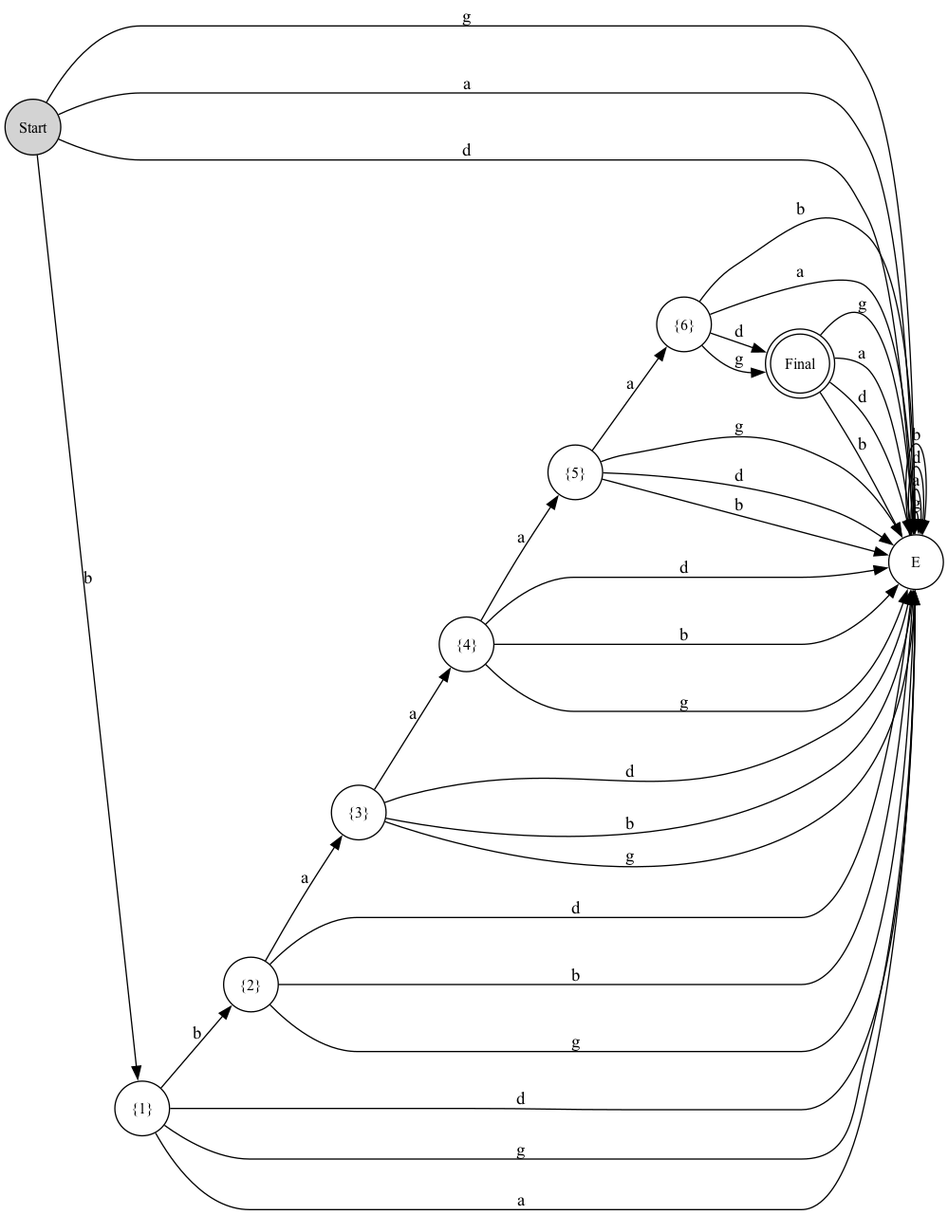
The Graphviz diagram pngs/dfa_graph_minimized.png in estebandonis/Proyecto1-TeoriaDeLaComputacion, before a commit. Its source is kept beside it as pngs/dfa_graph_minimized.dot.
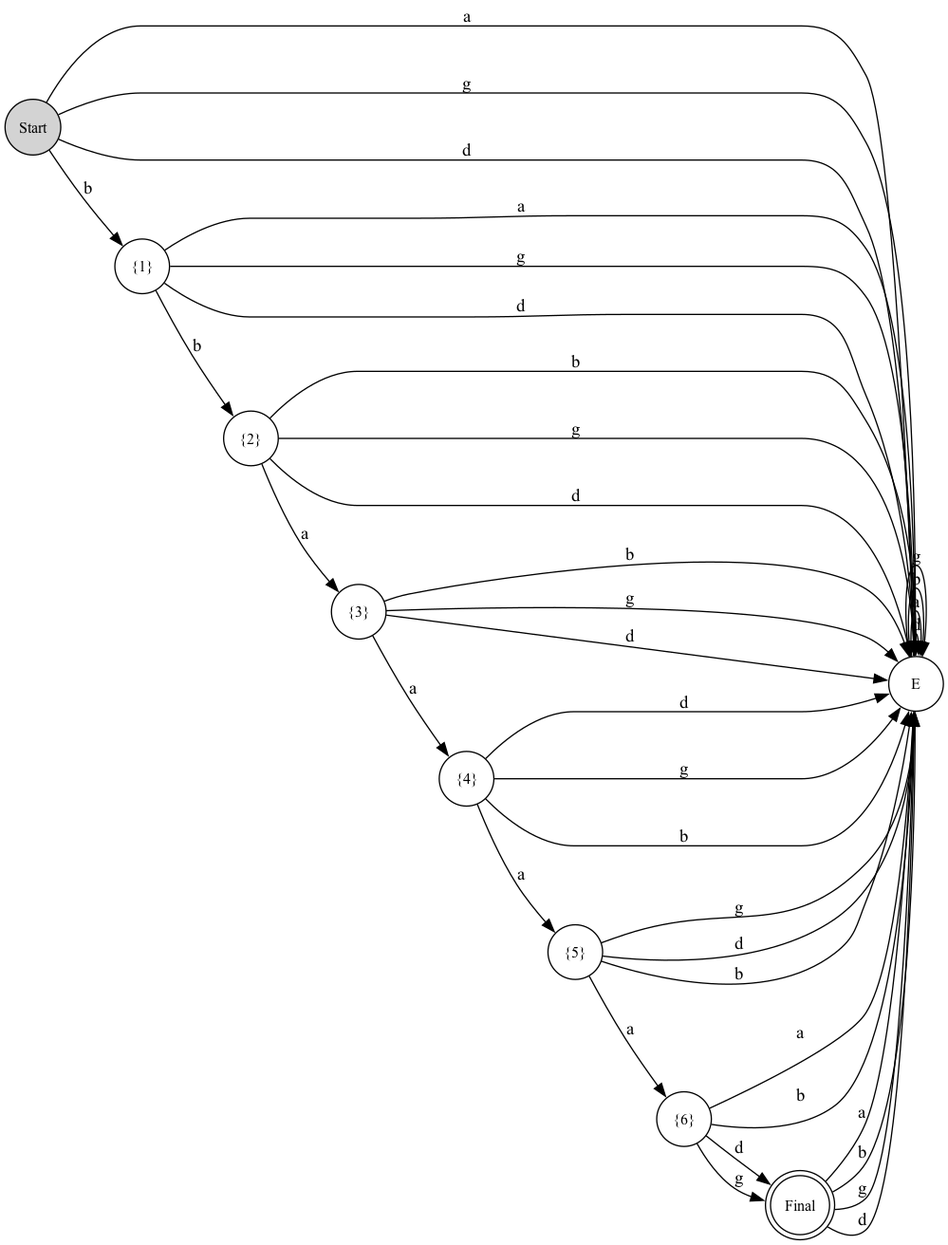
The same file after the commit.

Change to the diagram source:
```diff
@@ -1,160 +1,160 @@
 digraph G {
-	graph [bb="0,0,198.36,202.07",
+	graph [bb="0,0,201,213.56",
 		rankdir=LR
 	];
 	node [label="\N"];
+	E	[fontsize=12,
+		height=0.6,
+		pos="101.4,105.73",
+		shape=circle,
+		width=0.6];
+	E -> E	[label=d,
+		lp="144.37,105.73",
+		pos="e,123.39,104.06 123.39,107.4 132.87,107.53 141,106.98 141,105.73 141,105.05 138.57,104.57 134.81,104.3"];
+	E -> E	[label=a,
+		lp="198,105.73",
+		pos="e,123.02,101.42 123.02,110.04 154.98,114.37 195,112.94 195,105.73 195,99.339 163.54,97.486 134.12,100.17"];
+	E -> E	[label=b,
+		lp="180.37,105.73",
+		pos="e,123.07,102.01 123.07,109.45 148.05,112.08 177,110.84 177,105.73 177,101.37 156.01,99.828 134.35,101.09"];
+	E -> E	[label=g,
+		lp="162.37,105.73",
+		pos="e,123.26,102.83 123.26,108.63 140.85,109.79 159,108.82 159,105.73 159,103.31 147.92,102.19 134.69,102.37"];
+	"{3}"	[fontsize=12,
+		height=0.6,
+		pos="117.86,164.2",
+		shape=circle,
+		width=0.6];
+	"{3}" -> E	[label=b,
+		lp="127.05,128.66",
+		pos="e,118.36,119.88 124.95,143.27 124.53,139.15 123.65,134.79 122.41,130.55"];
+	"{3}" -> E	[label=g,
+		lp="95.289,135.71",
+		pos="e,94.314,126.65 100.9,150.04 99.105,146.31 97.58,142.13 96.427,137.87"];
+	"{3}" -> E	[label=d,
+		lp="114.5,132.02",
+		pos="e,107.28,126.61 111.92,143.09 111.4,141.25 110.87,139.36 110.33,137.45"];
+	"{4}"	[fontsize=12,
+		height=0.6,
+		pos="177.26,141.86",
+		shape=circle,
+		width=0.6];
+	"{3}" -> "{4}"	[label=a,
+		lp="145.15,163.32",
+		pos="e,156.58,149.64 138.31,156.51 140.8,155.57 143.39,154.6 145.99,153.62"];
 	"{2}"	[fontsize=12,
 		height=0.6,
-		pos="25.644,139.16",
+		pos="41.113,105.55",
 		shape=circle,
 		width=0.6];
-	"{3}"	[fontsize=12,
-		height=0.6,
-		pos="71.111,180.47",
-		shape=circle,
-		width=0.6];
+	"{2}" -> E	[label=b,
+		lp="68.954,126.87",
+		pos="e,83.286,118.16 59.163,118.09 63.214,118.82 67.615,119.17 71.995,119.14"];
+	"{2}" -> E	[label=g,
+		lp="69.031,100.88",
+		pos="e,83.36,93.187 59.237,93.114 63.293,92.41 67.695,92.088 72.075,92.146"];
+	"{2}" -> E	[label=d,
+		lp="65.452,97.373",
+		pos="e,79.463,105.66 62.877,105.62 64.563,105.62 66.287,105.63 68.026,105.63"];
 	"{2}" -> "{3}"	[label=a,
-		lp="41.268,164.33",
-		pos="e,55.005,165.84 41.802,153.84 43.41,155.3 45.066,156.81 46.734,158.32"];
-	E	[fontsize=12,
-		height=0.6,
-		pos="98.765,102.85",
-		shape=circle,
-		width=0.6];
-	"{2}" -> E	[label=d,
-		lp="59.359,142.7",
-		pos="e,87.356,121.36 47.361,141.24 57.114,138.59 68.488,133.5 78.107,127.66"];
-	"{2}" -> E	[label=b,
-		lp="54.914,104.32",
-		pos="e,76.842,100.83 37.112,120.6 44.981,114.54 55.665,108.66 65.966,104.54"];
-	"{2}" -> E	[label=g,
-		lp="60.489,115.28",
-		pos="e,79.116,112.61 45.239,129.43 52.534,125.81 60.986,121.61 68.989,117.64"];
-	"{4}"	[fontsize=12,
-		height=0.6,
-		pos="132.42,178.05",
-		shape=circle,
-		width=0.6];
+		lp="77.976,139.68",
+		pos="e,100.52,150.95 58.529,118.86 68.244,126.28 80.544,135.68 91.423,144"];
+	"{4}" -> E	[label=d,
+		lp="153,106.92",
+		pos="e,123.1,103.41 165.35,123.51 156.8,117.16 145.04,110.99 133.9,106.83"];
+	"{4}" -> E	[label=g,
+		lp="135.75,128.97",
+		pos="e,113.27,124.04 155.51,144.17 145.19,141.54 132.99,136.3 122.74,130.27"];
+	"{4}" -> E	[label=b,
+		lp="147.74,134.44",
+		pos="e,121.2,115.16 157.33,132.36 149.4,128.59 140.11,124.16 131.4,120.02"];
 	"{5}"	[fontsize=12,
 		height=0.6,
-		pos="174.64,133.54",
+		pos="176.77,77.154",
 		shape=circle,
 		width=0.6];
 	"{4}" -> "{5}"	[label=a,
-		lp="146.49,151.8",
-		pos="e,159.53,149.47 147.19,162.48 148.69,160.9 150.23,159.27 151.79,157.63"];
-	"{4}" -> E	[label=d,
-		lp="125.69,132.25",
-		pos="e,116.87,115.15 135.3,156.28 133,146.34 128.33,134.67 122.83,124.73"];
-	"{4}" -> E	[label=b,
-		lp="103.28,158.78",
-		pos="e,95.868,124.55 114.27,165.69 108.39,157.36 102.8,146.1 99.047,135.38"];
-	"{4}" -> E	[label=g,
-		lp="114.52,137.33",
-		pos="e,107.69,122.8 123.4,157.9 120.02,150.33 116.09,141.56 112.38,133.27"];
-	"{6}"	[fontsize=12,
-		height=0.6,
-		pos="173.67,72.45",
-		shape=circle,
-		width=0.6];
-	"{6}" -> E	[label=b,
-		lp="142.47,71.403",
-		pos="e,116.05,89.347 151.73,74.857 143.82,77.337 134.79,80.778 126.46,84.449"];
-	"{6}" -> E	[label=a,
-		lp="146.85,83.133",
-		pos="e,120.57,100.49 156.26,86.019 148.86,89.753 139.99,93.572 131.45,96.747"];
-	Final	[fontsize=12,
-		height=0.75924,
-		pos="135.76,27.333",
-		shape=doublecircle,
-		width=0.75924];
-	"{6}" -> Final	[label=d,
-		lp="168.45,43.855",
-		pos="e,158.25,43.643 165.17,52.24 165.1,52.15 165.04,52.06 164.97,51.97"];
-	"{6}" -> Final	[label=g,
-		lp="151.96,68.957",
-		pos="e,147.86,52.188 155.46,60.834 155.38,60.75 155.3,60.665 155.22,60.581"];
-	"{5}" -> "{6}"	[label=a,
-		lp="171.25,100.29",
-		pos="e,174.02,94.266 174.29,111.48 174.26,109.56 174.23,107.58 174.2,105.59"];
-	"{5}" -> E	[label=g,
-		lp="149.91,117.17",
-		pos="e,120.51,99.173 161.74,115.89 153.32,110.39 142.04,105.27 131.33,101.94"];
-	"{5}" -> E	[label=d,
-		lp="133.84,139.89",
-		pos="e,111.6,120.45 153.1,137.25 143.15,135.35 131.39,131.13 121.33,126.03"];
-	"{5}" -> E	[label=b,
-		lp="138.61,128.58",
-		pos="e,119.15,111.1 154.31,125.31 146.74,122.25 137.97,118.7 129.66,115.35"];
-	"{3}" -> "{4}"	[label=a,
-		lp="99.084,187.73",
-		pos="e,110.7,178.9 92.899,179.61 94.977,179.53 97.115,179.44 99.269,179.36"];
-	"{3}" -> E	[label=d,
-		lp="91.263,142.76",
-		pos="e,103.35,124.26 88.24,166.72 93.446,157.95 98.137,146.29 101.04,135.3"];
-	"{3}" -> E	[label=b,
-		lp="68.134,134.52",
-		pos="e,81.675,116.53 66.533,158.99 68.044,148.9 71.787,136.9 76.486,126.56"];
-	"{3}" -> E	[label=g,
-		lp="79.675,138.71",
-		pos="e,91.43,123.44 78.522,159.67 81.303,151.86 84.529,142.81 87.577,134.25"];
-	E -> E	[label=g,
-		lp="141.74,102.85",
-		pos="e,120.75,101.18 120.75,104.52 130.24,104.65 138.36,104.1 138.36,102.85 138.36,102.17 135.94,101.69 132.18,101.42"];
-	E -> E	[label=a,
-		lp="195.36,102.85",
-		pos="e,120.39,98.544 120.39,107.16 152.35,111.49 192.36,110.06 192.36,102.85 192.36,96.46 160.9,94.607 131.49,97.292"];
-	E -> E	[label=d,
-		lp="177.74,102.85",
-		pos="e,120.43,99.134 120.43,106.57 145.42,109.2 174.36,107.97 174.36,102.85 174.36,98.495 153.38,96.95 131.72,98.216"];
-	E -> E	[label=b,
-		lp="159.74,102.85",
-		pos="e,120.63,99.95 120.63,105.75 138.21,106.91 156.36,105.94 156.36,102.85 156.36,100.43 145.29,99.315 132.06,99.494"];
-	"{1}"	[fontsize=12,
-		height=0.6,
-		pos="21.6,78.043",
-		shape=circle,
-		width=0.6];
-	"{1}" -> "{2}"	[label=b,
-		lp="26.622,111.19",
-		pos="e,24.211,117.51 23.037,99.764 23.174,101.84 23.315,103.97 23.457,106.11"];
-	"{1}" -> E	[label=d,
-		lp="47.763,108.75",
-		pos="e,77.42,108.15 35.946,94.842 44.531,99.559 55.741,103.68 66.329,106.16"];
-	"{1}" -> E	[label=g,
-		lp="55.315,68.757",
-		pos="e,84.509,86.102 43.048,72.752 52.773,73.921 64.284,77.106 74.333,81.261"];
-	"{1}" -> E	[label=a,
-		lp="51.567,80.392",
-		pos="e,77.76,96.098 42.279,84.691 49.829,87.119 58.554,89.924 66.855,92.592"];
-	Final -> E	[label=g,
-		lp="98.459,63.065",
-		pos="e,91.066,82.25 110.39,38.533 102.97,47.331 96.59,59.561 93.279,71.097"];
-	Final -> E	[label=a,
-		lp="131.77,79.33",
-		pos="e,119.56,96.499 142.46,54.245 140.04,65.577 134.23,78.202 127.08,87.914"];
-	Final -> E	[label=d,
-		lp="120.85,73.834",
-		pos="e,113.27,86.702 129.56,54.438 126.48,61.698 122.74,69.524 118.9,76.729"];
-	Final -> E	[label=b,
-		lp="109.27,68.049",
-		pos="e,102.73,81.238 118.15,48.847 114.33,55.669 110.47,63.356 107.15,70.75"];
+		lp="174.06,106.97",
+		pos="e,176.94,99.036 177.1,119.95 177.07,116.89 177.05,113.7 177.02,110.49"];
 	Start	[fontsize=12,
 		height=0.61168,
-		pos="56.583,30.422",
+		pos="67.656,191.54",
 		shape=circle,
 		style=filled,
 		width=0.61168];
+	Start -> E	[label=a,
+		lp="90.668,149.82",
+		pos="e,104.88,127.26 85.057,177.85 91.871,167.16 98.39,151.99 102.28,138.29"];
 	Start -> E	[label=g,
-		lp="67.843,76.531",
-		pos="e,79.675,92.712 56.198,52.655 59.712,62.682 65.923,74.297 72.737,83.906"];
-	Start -> E	[label=a,
-		lp="82.568,64.1",
-		pos="e,99.271,80.967 76.111,41.059 83.049,49.007 90.038,60.041 95.026,70.642"];
+		lp="68.029,157.57",
+		pos="e,84.183,119.12 64.238,169.67 66.532,157.19 72.088,141.65 78.571,128.97"];
 	Start -> E	[label=d,
-		lp="78.303,70.171",
-		pos="e,87.721,83.889 67.887,49.831 72.211,57.256 77.24,65.892 81.969,74.011"];
+		lp="84.261,145.35",
+		pos="e,93.421,126.01 75.824,170.77 79.874,160.47 84.845,147.83 89.324,136.43"];
+	"{1}"	[fontsize=12,
+		height=0.6,
+		pos="21.6,150.62",
+		shape=circle,
+		width=0.6];
 	Start -> "{1}"	[label=b,
-		lp="45.646,58.154",
-		pos="e,34.612,60.33 43.357,48.425 42.641,49.4 41.915,50.388 41.184,51.383"];
+		lp="47.12,166.54",
+		pos="e,38.049,165.23 51.029,176.77 49.576,175.48 48.087,174.15 46.586,172.82"];
+	"{1}" -> E	[label=a,
+		lp="59.541,149.58",
+		pos="e,90.366,124.76 43.618,151.07 55.5,147.15 69.919,139.64 81.463,131.59"];
+	"{1}" -> E	[label=g,
+		lp="47.423,128.7",
+		pos="e,79.402,105.27 32.65,131.57 42.166,123.45 56.068,115.02 68.945,109.34"];
+	"{1}" -> E	[label=d,
+		lp="53.168,139.21",
+		pos="e,82.345,116.45 40.511,139.98 50.081,134.6 61.902,127.95 72.575,121.94"];
+	"{1}" -> "{2}"	[label=b,
+		lp="27.019,122.06",
+		pos="e,32.406,125.66 30.329,130.46 30.372,130.36 30.415,130.26 30.459,130.16"];
+	Final	[fontsize=12,
+		height=0.75924,
+		pos="66.934,27.333",
+		shape=doublecircle,
+		width=0.75924];
+	Final -> E	[label=a,
+		lp="63.405,63.329",
+		pos="e,80.657,98.153 59.206,53.854 61.181,65.614 66.653,78.958 73.604,89.303"];
+	Final -> E	[label=b,
+		lp="96.517,65.108",
+		pos="e,109.84,85.325 91.699,39.57 99.029,48.976 105.16,62.03 108.08,74.146"];
+	Final -> E	[label=g,
+		lp="85.618,69.736",
+		pos="e,98.276,83.917 83.631,49.591 87.391,56.991 91.168,65.381 94.354,73.38"];
+	Final -> E	[label=d,
+		lp="73.855,75.021",
+		pos="e,87.568,88.925 72.045,54.685 74.979,62.521 78.642,71.05 82.415,78.858"];
+	"{6}"	[fontsize=12,
+		height=0.6,
+		pos="129.71,31.489",
+		shape=circle,
+		width=0.6];
+	"{6}" -> E	[label=a,
+		lp="108.66,69.295",
+		pos="e,103.25,83.946 116.64,48.848 113.15,56.137 109.6,64.849 106.68,73.242"];
+	"{6}" -> E	[label=b,
+		lp="120.12,73.809",
+		pos="e,114.52,88.246 127.9,53.141 125.66,60.908 122.5,69.767 119.09,77.976"];
+	"{6}" -> Final	[label=d,
+		lp="104.01,15.241",
+		pos="e,94.106,22.434 109.23,23.716 108.02,23.552 106.79,23.403 105.54,23.267"];
+	"{6}" -> Final	[label=g,
+		lp="103.15,44.724",
+		pos="e,93.223,35.772 108.38,36.495 107.17,36.497 105.92,36.483 104.67,36.454"];
+	"{5}" -> E	[label=g,
+		lp="136.48,86.203",
+		pos="e,114.68,88.308 155.17,72.933 145.57,74.581 134.3,78.328 124.53,82.973"];
+	"{5}" -> E	[label=d,
+		lp="148.6,92.778",
+		pos="e,122.89,109.97 163.4,94.629 155.12,99.762 144.2,104.43 133.8,107.43"];
+	"{5}" -> E	[label=b,
+		lp="142.63,81.205",
+		pos="e,121.97,97.93 156.17,84.962 148.86,87.734 140.46,90.919 132.47,93.949"];
+	"{5}" -> "{6}"	[label=a,
+		lp="154.19,49.908",
+		pos="e,145.47,46.784 161.1,61.948 158.58,59.509 155.94,56.939 153.29,54.368"];
 }
```
